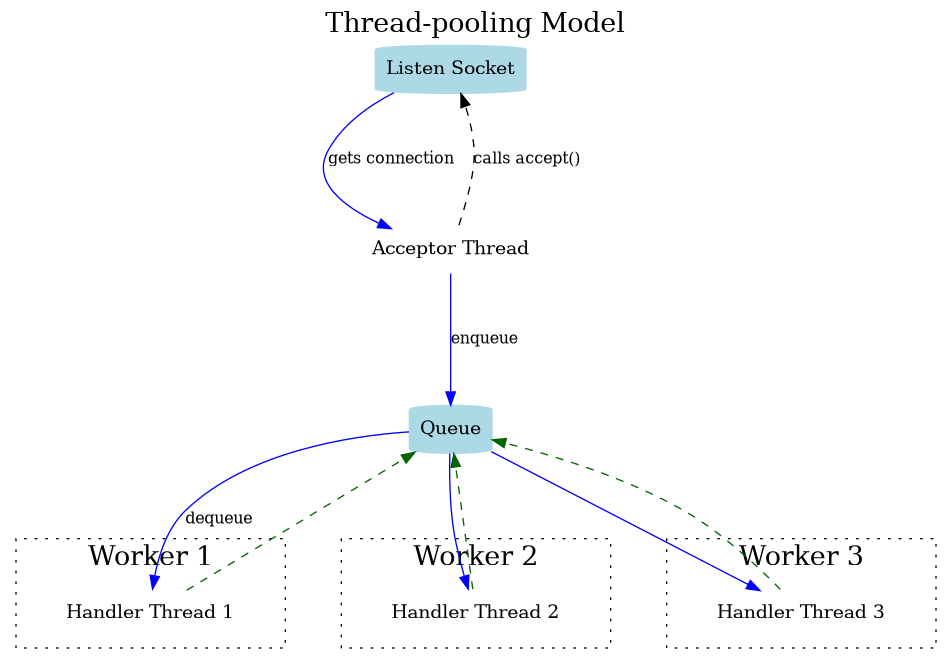
Before: pics/hunchentoot-thread-pooling.dot.png, a diagram exported from Graphviz (y2q-actionman/hunchentoot-recycling-taskmaster). Its source is kept beside it as pics/hunchentoot-thread-pooling.dot.
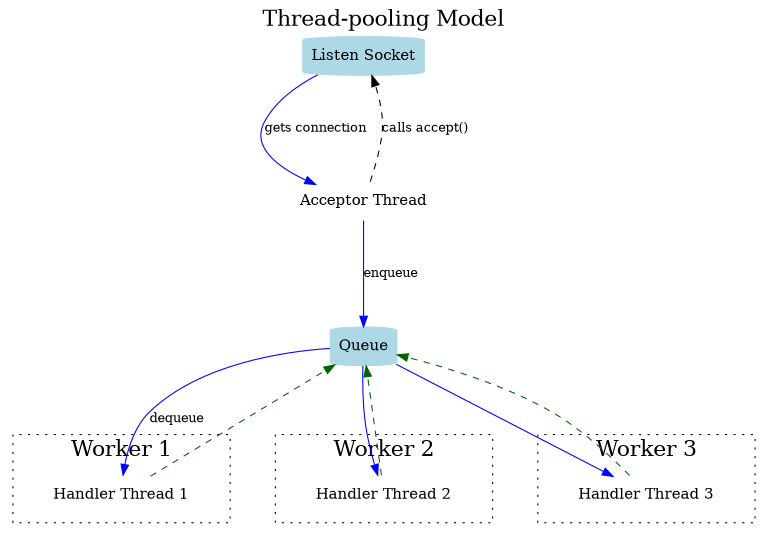
The same file after the commit.

What changed in the source:
```diff
@@ -1,4 +1,6 @@
 digraph thread_pooling_architecture {
+    size="8,6";
+
     rankdir=TB;
     splines=true;
     nodesep=0.8;
```
